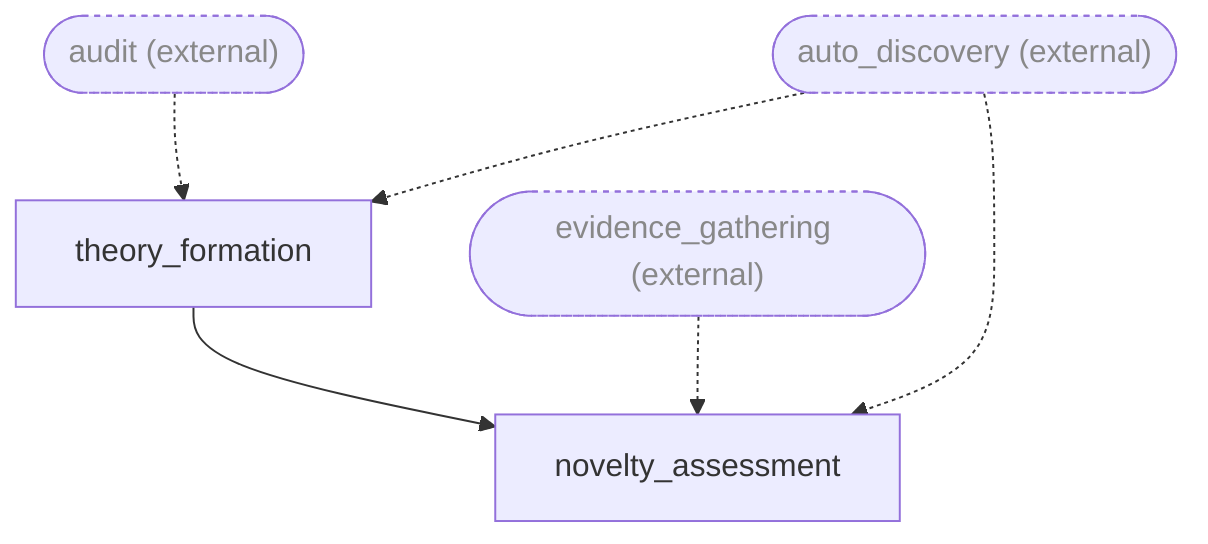
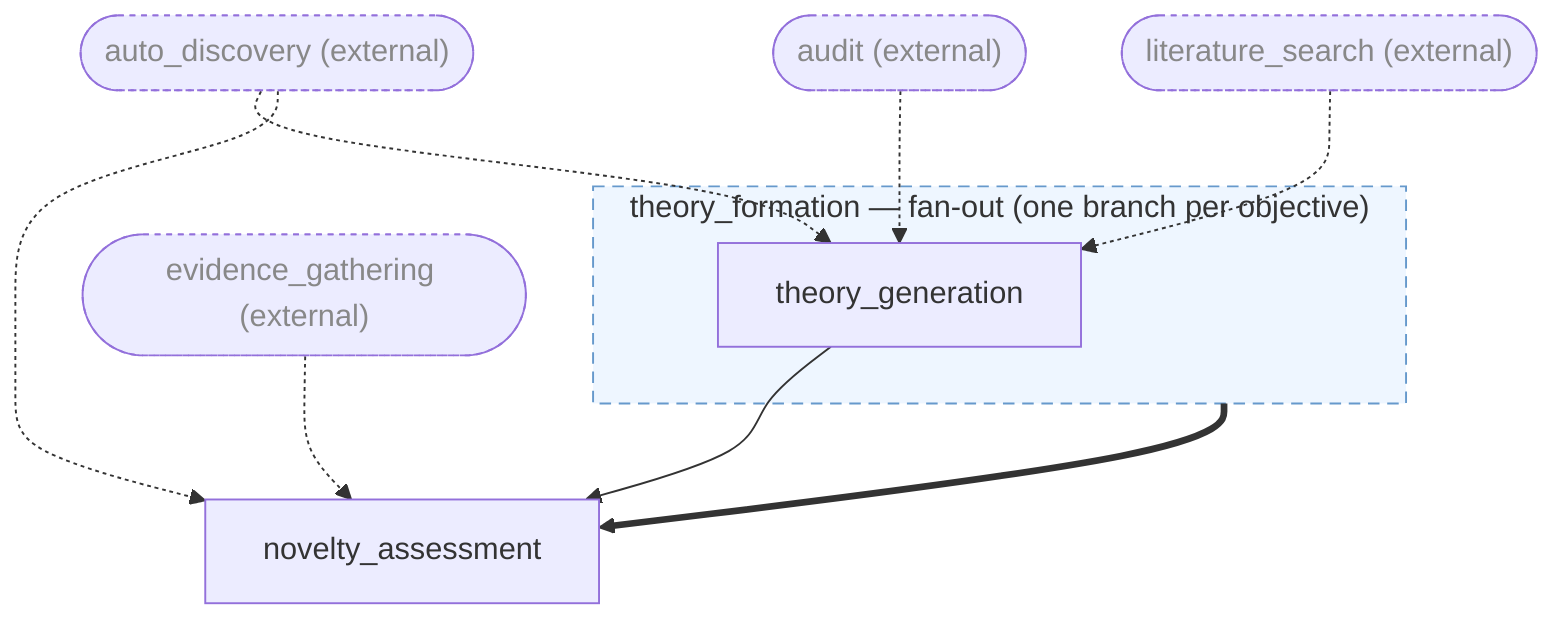
%% theorizer — generated by scripts/compile-schemas.py from assets/workflows.yaml; do not edit
%% thick ==> : a loop's child order  ·  thin --> : data input  ·  dashed: input from outside this loop
flowchart TD
  classDef external stroke-dasharray: 3 3,color:#888888
-   theory_formation["theory_formation"]
+   subgraph theory_formation["theory_formation — fan-out (one branch per objective)"]
+     theory_formation__theory_generation["theory_generation"]
+   end
  novelty_assessment["novelty_assessment"]
  ext__audit(["audit (external)"]):::external
  ext__auto_discovery(["auto_discovery (external)"]):::external
  ext__evidence_gathering(["evidence_gathering (external)"]):::external
-   ext__auto_discovery -.-> theory_formation
-   ext__audit -.-> theory_formation
-   theory_formation --> novelty_assessment
+   ext__literature_search(["literature_search (external)"]):::external
+   theory_formation ==> novelty_assessment
+   ext__auto_discovery -.-> theory_formation__theory_generation
+   ext__audit -.-> theory_formation__theory_generation
+   ext__literature_search -.-> theory_formation__theory_generation
+   theory_formation__theory_generation --> novelty_assessment
  ext__auto_discovery -.-> novelty_assessment
  ext__evidence_gathering -.-> novelty_assessment
+   style theory_formation fill:#eef6ff,stroke:#6699cc,stroke-dasharray: 6 4
